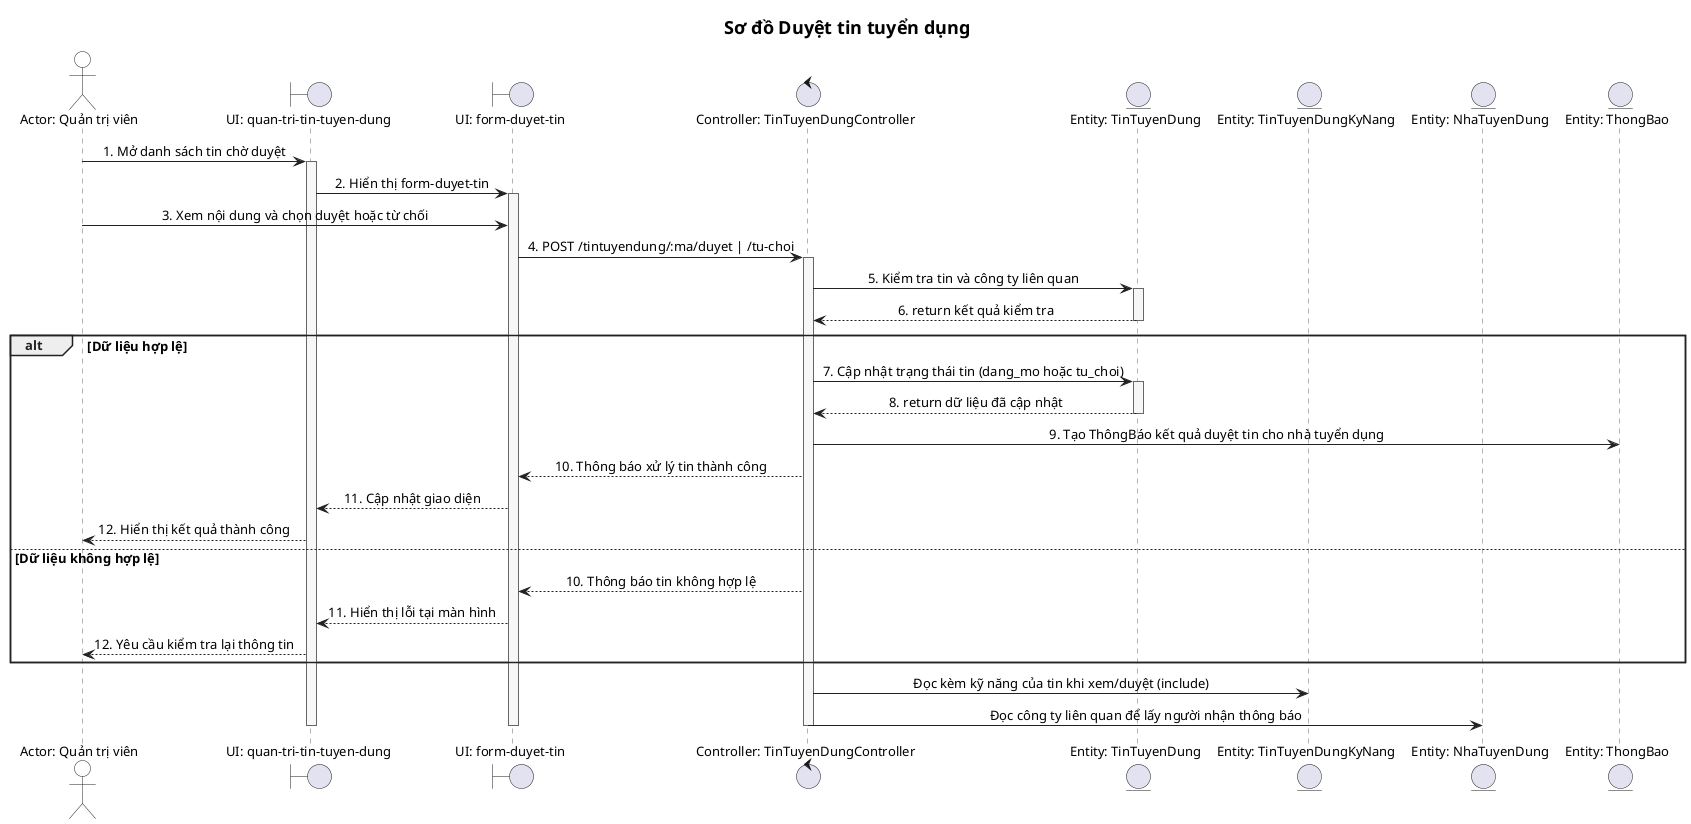
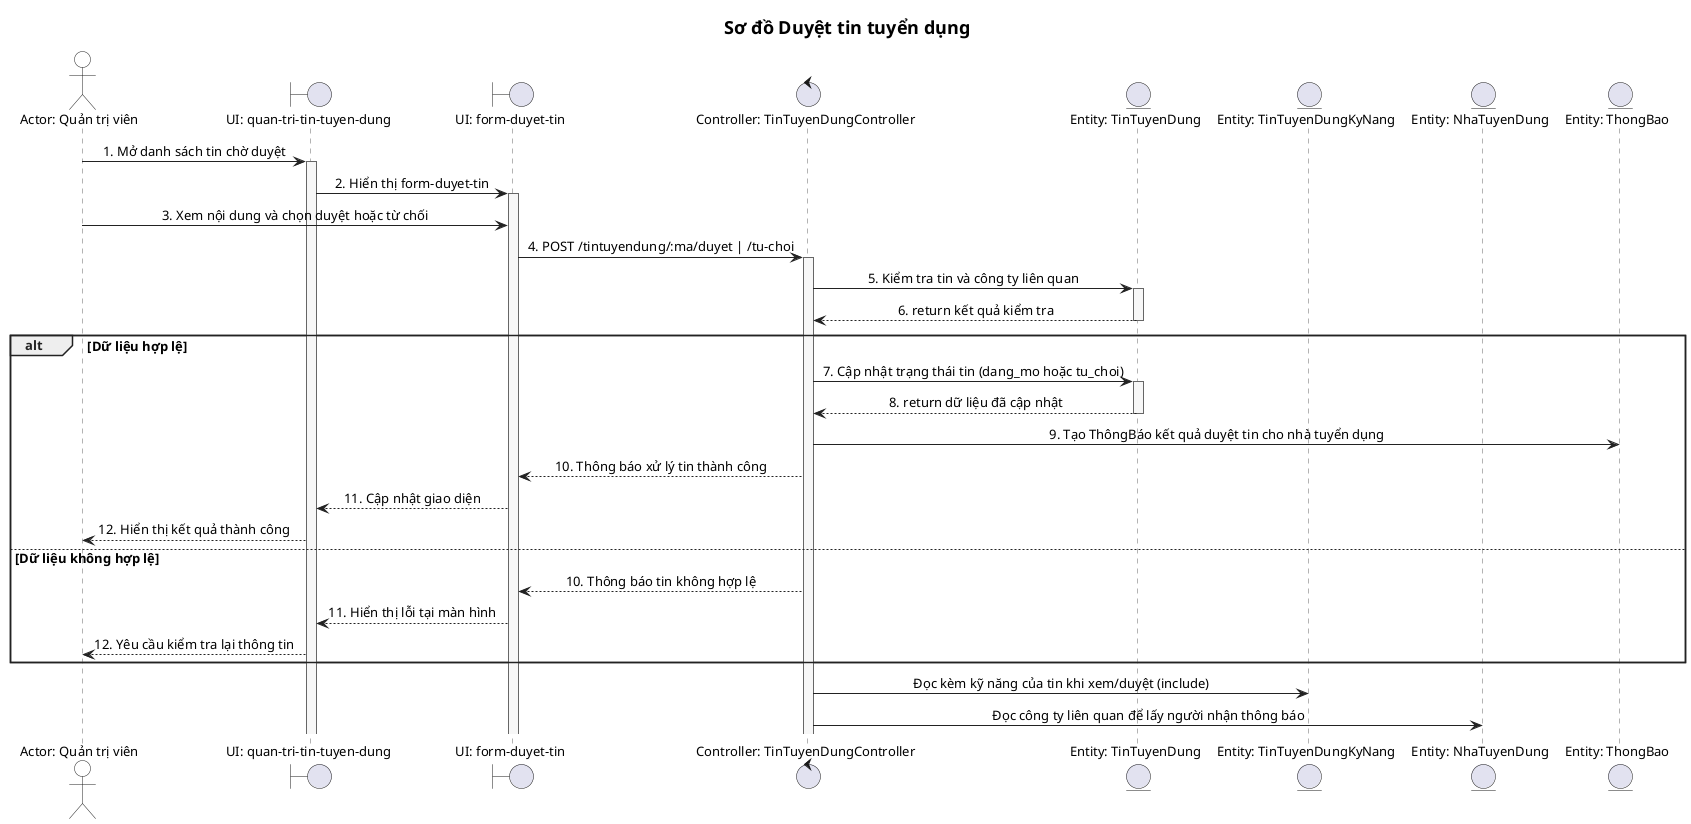
@startuml
skinparam defaultFontName "Segoe UI"
skinparam titleFontName "Segoe UI"
skinparam defaultFontSize 13
skinparam titleFontSize 18
skinparam shadowing false
skinparam linetype ortho
skinparam sequenceMessageAlign center
skinparam sequence {
  ArrowColor #222222
  LifeLineBorderColor #666666
  LifeLineBackgroundColor #F7F7F7
  ParticipantBorderColor #222222
  ParticipantBackgroundColor White
  ActorBorderColor #222222
  ActorBackgroundColor White
  BoxBorderColor #888888
  GroupBorderColor #222222
  GroupHeaderFontColor #222222
}
title Sơ đồ Duyệt tin tuyển dụng

actor "Actor: Quản trị viên" as Actor
boundary "UI: quan-tri-tin-tuyen-dung" as UI
boundary "UI: form-duyet-tin" as Form
control "Controller: TinTuyenDungController" as Controller
entity "Entity: TinTuyenDung" as MainEntity
entity "Entity: TinTuyenDungKyNang" as TinTuyenDungKyNang
entity "Entity: NhaTuyenDung" as E1
entity "Entity: ThongBao" as E2

Actor -> UI : 1. Mở danh sách tin chờ duyệt
activate UI
UI -> Form : 2. Hiển thị form-duyet-tin
activate Form
Actor -> Form : 3. Xem nội dung và chọn duyệt hoặc từ chối
Form -> Controller : 4. POST /tintuyendung/:ma/duyet | /tu-choi
activate Controller
Controller -> MainEntity : 5. Kiểm tra tin và công ty liên quan
activate MainEntity
MainEntity --> Controller : 6. return kết quả kiểm tra
deactivate MainEntity

alt Dữ liệu hợp lệ
  Controller -> MainEntity : 7. Cập nhật trạng thái tin (dang_mo hoặc tu_choi)
  activate MainEntity
  MainEntity --> Controller : 8. return dữ liệu đã cập nhật
  deactivate MainEntity
  Controller -> E2 : 9. Tạo ThôngBáo kết quả duyệt tin cho nhà tuyển dụng
  Controller --> Form : 10. Thông báo xử lý tin thành công
  Form --> UI : 11. Cập nhật giao diện
  UI --> Actor : 12. Hiển thị kết quả thành công
else Dữ liệu không hợp lệ
  Controller --> Form : 10. Thông báo tin không hợp lệ
  Form --> UI : 11. Hiển thị lỗi tại màn hình
  UI --> Actor : 12. Yêu cầu kiểm tra lại thông tin
end
Controller -> TinTuyenDungKyNang : Đọc kèm kỹ năng của tin khi xem/duyệt (include)
Controller -> E1 : Đọc công ty liên quan để lấy người nhận thông báo
- deactivate Controller
- deactivate Form
- deactivate UI
@enduml
